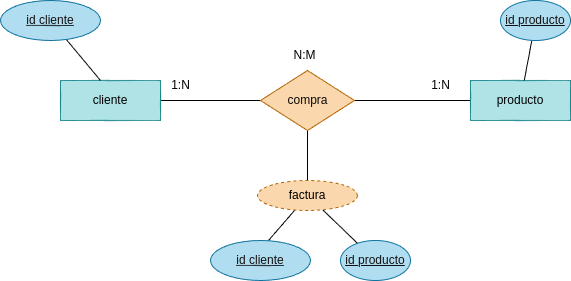
The draw.io diagram tareas/tarea-3/images/ejercicio23.drawio.png in betancorge/base-datos-2, before a commit. Source tidied: cells renumbered, new cells last; positions are measured from the earlier drawing's top-left corner, leaving out a move shared by most shapes.
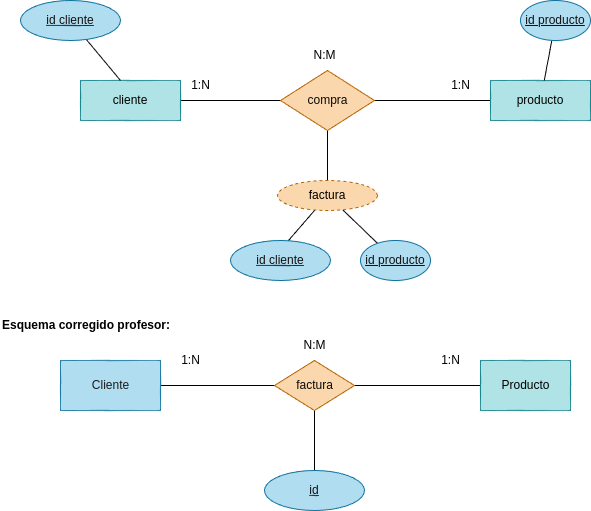
Later version of the same file.

Change to the diagram source:
```diff
@@ -56,5 +56,40 @@
     <mxCell id="19" value="id producto" style="ellipse;whiteSpace=wrap;html=1;align=center;fontStyle=4;fillColor=#b1ddf0;strokeColor=#10739e;fontColor=#121111;" parent="1" vertex="1">
       <mxGeometry x="340" y="240" width="70" height="40" as="geometry" />
     </mxCell>
+    <mxCell id="20" value="&lt;h1 style=&quot;margin-top: 0px;&quot;&gt;&lt;font style=&quot;font-size: 12px;&quot;&gt;Esquema corregido profesor:&lt;/font&gt;&lt;/h1&gt;" style="text;html=1;whiteSpace=wrap;overflow=hidden;rounded=0;" parent="1" vertex="1">
+      <mxGeometry x="-20" y="300" width="190" height="50" as="geometry" />
+    </mxCell>
+    <mxCell id="21" style="edgeStyle=none;html=1;entryX=0;entryY=0.5;entryDx=0;entryDy=0;endArrow=none;endFill=0;" parent="1" edge="1" source="22" target="25">
+      <mxGeometry relative="1" as="geometry" />
+    </mxCell>
+    <mxCell id="22" value="&lt;font color=&quot;#1d1b1b&quot;&gt;Cliente&lt;/font&gt;" style="html=1;dashed=0;whitespace=wrap;fillColor=#b1ddf0;strokeColor=#10739e;" parent="1" vertex="1">
+      <mxGeometry x="40" y="360" width="100" height="50" as="geometry" />
+    </mxCell>
+    <mxCell id="23" style="edgeStyle=none;html=1;exitX=1;exitY=0.5;exitDx=0;exitDy=0;entryX=0;entryY=0.5;entryDx=0;entryDy=0;endArrow=none;endFill=0;" parent="1" edge="1" source="25" target="26">
+      <mxGeometry relative="1" as="geometry" />
+    </mxCell>
+    <mxCell id="24" style="edgeStyle=none;html=1;endArrow=none;endFill=0;entryX=0.5;entryY=0;entryDx=0;entryDy=0;" parent="1" edge="1" target="30">
+      <mxGeometry relative="1" as="geometry">
+        <mxPoint x="294" y="410" as="sourcePoint" />
+      </mxGeometry>
+    </mxCell>
+    <mxCell id="25" value="&lt;font color=&quot;#0a0a0a&quot;&gt;factura&lt;/font&gt;" style="shape=rhombus;html=1;dashed=0;whitespace=wrap;perimeter=rhombusPerimeter;fillColor=#fad7ac;strokeColor=#b46504;" parent="1" vertex="1">
+      <mxGeometry x="254" y="360" width="80" height="50" as="geometry" />
+    </mxCell>
+    <mxCell id="26" value="&lt;font color=&quot;#000000&quot;&gt;Producto&lt;/font&gt;" style="html=1;dashed=0;whitespace=wrap;fillColor=#b0e3e6;strokeColor=#0e8088;" parent="1" vertex="1">
+      <mxGeometry x="460" y="360" width="90" height="50" as="geometry" />
+    </mxCell>
+    <mxCell id="27" value="1:N" style="text;html=1;align=center;verticalAlign=middle;strokeColor=none;fillColor=none;" parent="1" vertex="1">
+      <mxGeometry x="410" y="345" width="40" height="30" as="geometry" />
+    </mxCell>
+    <mxCell id="28" value="N:M" style="text;html=1;align=center;verticalAlign=middle;strokeColor=none;fillColor=none;" parent="1" vertex="1">
+      <mxGeometry x="269" y="330" width="50" height="30" as="geometry" />
+    </mxCell>
+    <mxCell id="29" value="1:N" style="text;html=1;align=center;verticalAlign=middle;strokeColor=none;fillColor=none;" parent="1" vertex="1">
+      <mxGeometry x="150" y="345" width="40" height="30" as="geometry" />
+    </mxCell>
+    <mxCell id="30" value="id" style="ellipse;whiteSpace=wrap;html=1;align=center;fontStyle=4;fillColor=#b1ddf0;strokeColor=#10739e;fontColor=#121111;" parent="1" vertex="1">
+      <mxGeometry x="244" y="470" width="100" height="40" as="geometry" />
+    </mxCell>
   </root>
 </mxGraphModel>
```
